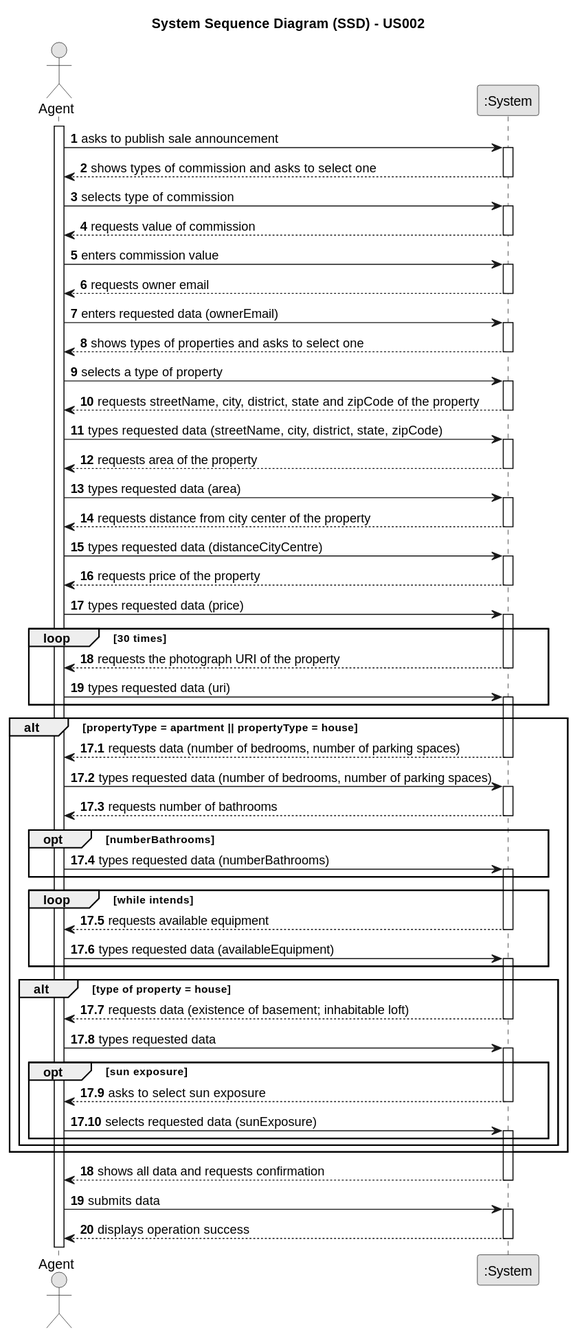
Before: docs/sprintD/us002/01.requirements-engineering/svg/us002-system-sequence-diagram.svg, a diagram exported from PlantUML (rita-barbosa/LAPR2-2223).
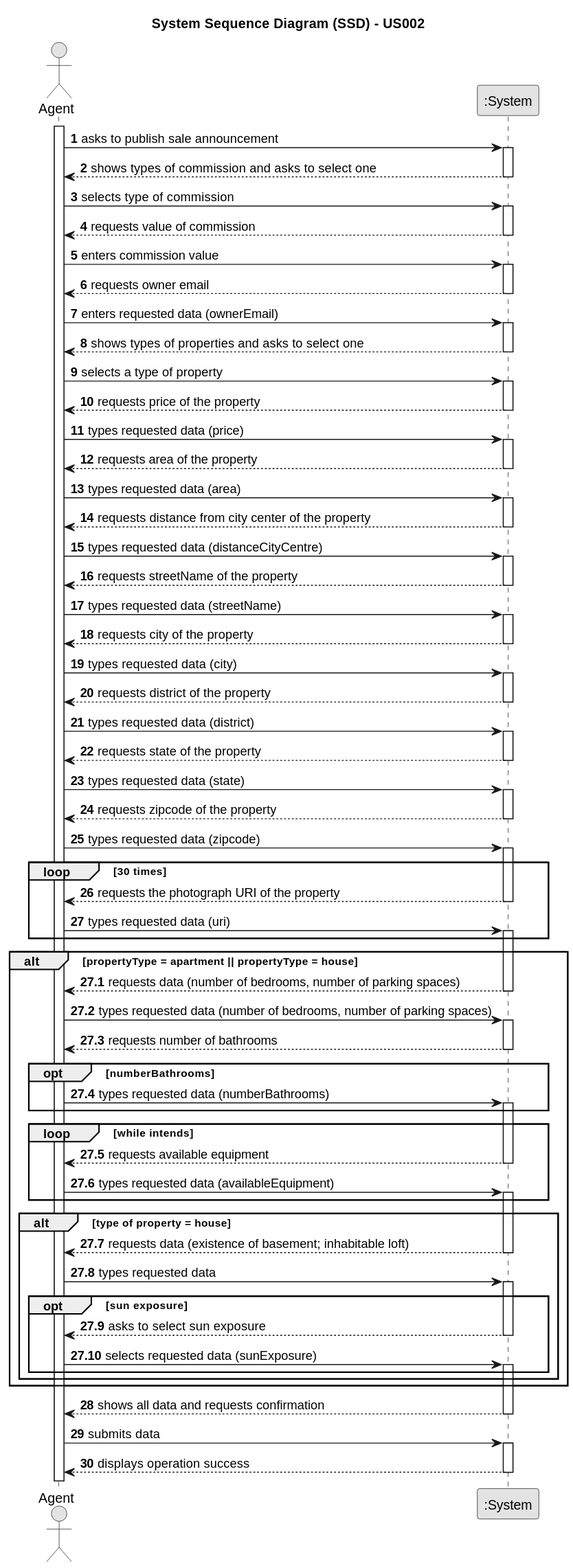
The same file after the commit.

The edit, as a diff of the source:
```diff
@@ -39,11 +39,12 @@
     Employee -> System : selects a type of property
     activate System
 
-    System --> Employee : requests streetName, city, district, state and zipCode of the property
+    System --> Employee : requests price of the property
     deactivate System
 
-    Employee -> System : types requested data (streetName, city, district, state, zipCode)
+    Employee -> System : types requested data (price)
     activate System
+
 
     System --> Employee : requests area of the property
     deactivate System
@@ -57,11 +58,38 @@
     Employee -> System : types requested data (distanceCityCentre)
     activate System
 
-    System --> Employee : requests price of the property
+
+    System --> Employee : requests streetName of the property
     deactivate System
 
-    Employee -> System : types requested data (price)
+    Employee -> System : types requested data (streetName)
     activate System
+
+    System --> Employee : requests city of the property
+    deactivate System
+
+    Employee -> System : types requested data (city)
+    activate System
+
+    System --> Employee : requests district of the property
+    deactivate System
+
+    Employee -> System : types requested data (district)
+    activate System
+
+    System --> Employee : requests state of the property
+    deactivate System
+
+    Employee -> System : types requested data (state)
+    activate System
+
+    System --> Employee : requests zipcode of the property
+    deactivate System
+
+    Employee -> System : types requested data (zipcode)
+    activate System
+
+
 
         loop 30 times
         System --> Employee : requests the photograph URI of the property
@@ -73,7 +101,7 @@
 
     alt propertyType = apartment || propertyType = house
 
-     autonumber 17.1
+     autonumber 27.1
         System --> Employee : requests data (number of bedrooms, number of parking spaces)
         deactivate System
 
@@ -114,7 +142,7 @@
 
         end
     end
-    autonumber 18
+    autonumber 28
         System --> Employee : shows all data and requests confirmation
     deactivate System
 
```
